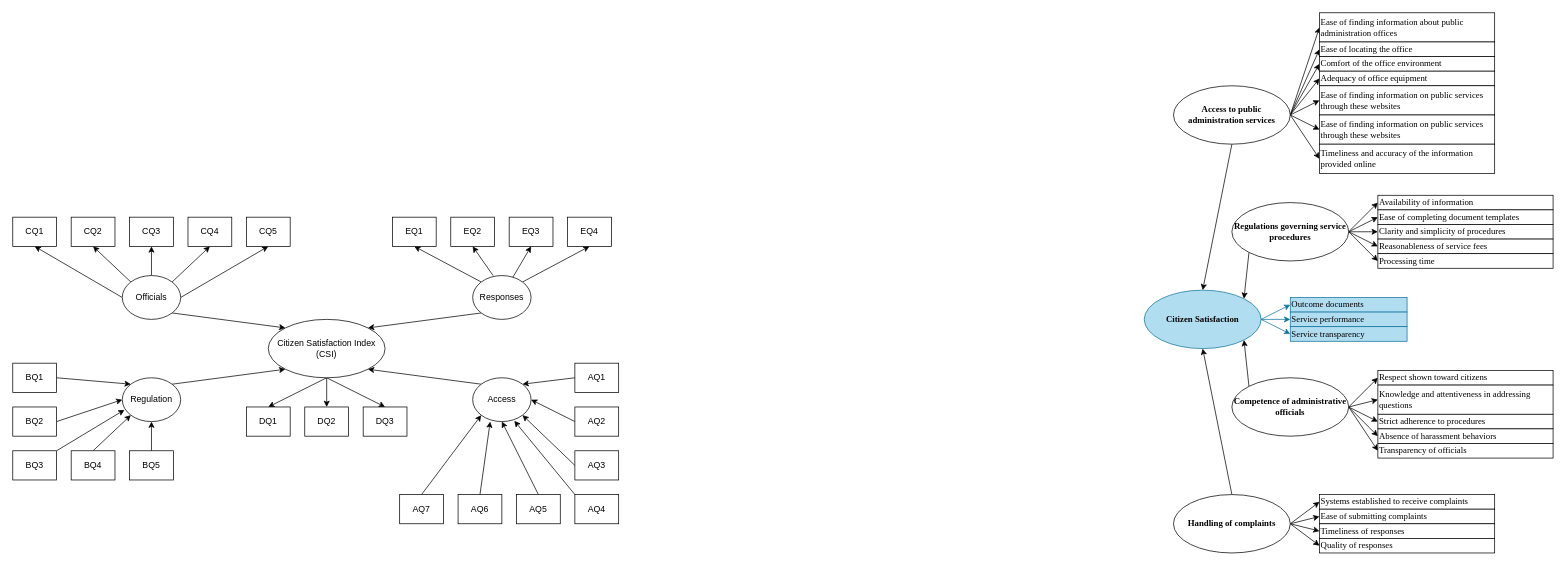
Above: r2.drawio in hnks-gh/draw.io (draw.io), before the change. Source tidied: cells renumbered, new cells numbered last; positions are measured from the earlier drawing's top-left corner, leaving out a move shared by most shapes. Both pictures are drawn from the tidied source at 73%, with x=0, y=0 at pixel (12, 12).
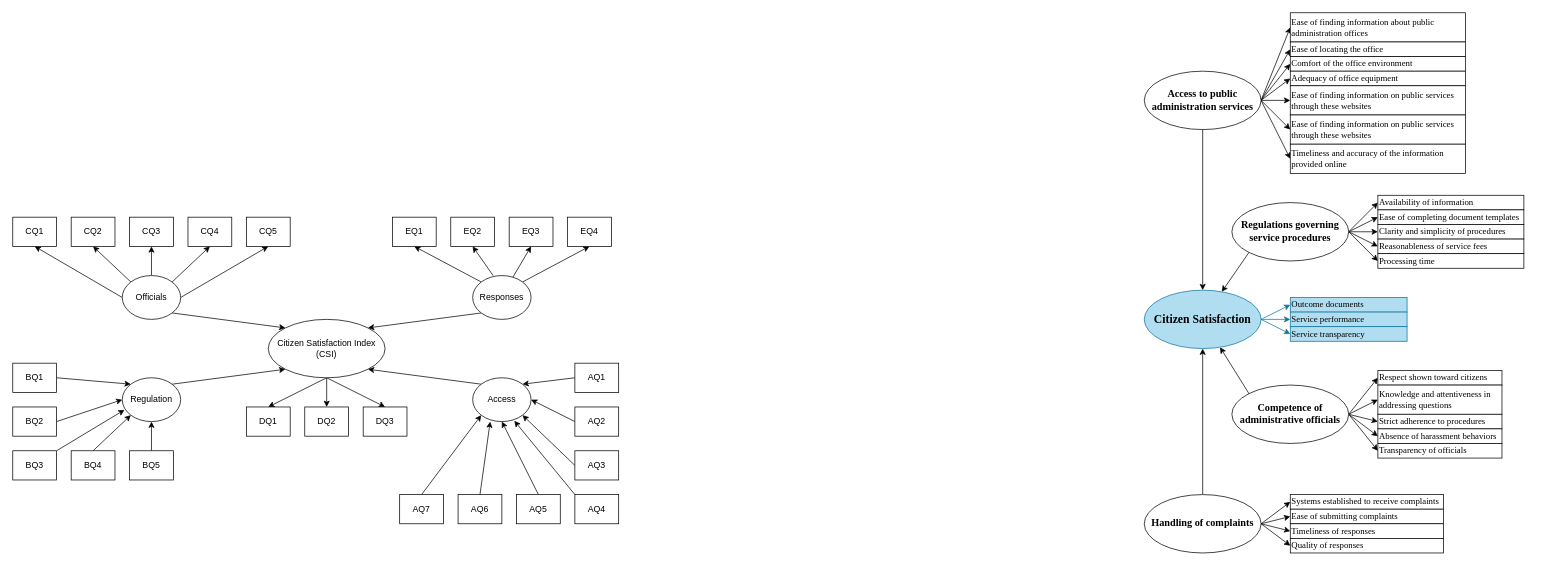
Above is the later version.

Diff of the diagram source:
```diff
@@
-    <mxCell id="62" value="&lt;b&gt;Citizen Satisfaction&lt;/b&gt;" style="ellipse;whiteSpace=wrap;html=1;fillColor=#b1ddf0;strokeColor=#10739e;fontFamily=Times New Roman;" parent="1" vertex="1">
+    <mxCell id="62" value="&lt;b&gt;&lt;font style=&quot;font-size: 16px;&quot;&gt;Citizen Satisfaction&lt;/font&gt;&lt;/b&gt;" style="ellipse;whiteSpace=wrap;html=1;fillColor=#b1ddf0;strokeColor=#10739e;fontFamily=Times New Roman;" parent="1" vertex="1">
       <mxGeometry x="1550" y="380" width="160" height="80" as="geometry" />
     </mxCell>
-    <mxCell id="63" style="rounded=0;jettySize=auto;html=1;exitX=0;exitY=1;exitDx=0;exitDy=0;entryX=1;entryY=0;entryDx=0;entryDy=0;fontFamily=Times New Roman;" parent="1" edge="1" source="69" target="62">
+    <mxCell id="63" style="rounded=0;jettySize=auto;html=1;fontFamily=Times New Roman;exitX=0;exitY=1;exitDx=0;exitDy=0;" parent="1" edge="1" source="69" target="62">
       <mxGeometry relative="1" as="geometry" />
     </mxCell>
@@
-    <mxCell id="69" value="&lt;b&gt;Regulations governing service procedures&lt;/b&gt;" style="ellipse;whiteSpace=wrap;html=1;fontFamily=Times New Roman;" parent="1" vertex="1">
+    <mxCell id="69" value="&lt;b&gt;Regulations governing service procedures&lt;/b&gt;" style="ellipse;whiteSpace=wrap;html=1;fontFamily=Times New Roman;fontSize=14;" parent="1" vertex="1">
       <mxGeometry x="1670" y="260" width="160" height="80" as="geometry" />
     </mxCell>
@@
-    <mxCell id="78" value="&lt;b&gt;Access to public administration services&lt;/b&gt;" style="ellipse;whiteSpace=wrap;html=1;fontFamily=Times New Roman;" parent="1" vertex="1">
-      <mxGeometry x="1590" y="100" width="160" height="80" as="geometry" />
+    <mxCell id="78" value="&lt;b&gt;Access to public administration services&lt;/b&gt;" style="ellipse;whiteSpace=wrap;html=1;fontFamily=Times New Roman;fontSize=14;" parent="1" vertex="1">
+      <mxGeometry x="1550" y="80" width="160" height="80" as="geometry" />
     </mxCell>
-    <mxCell id="79" style="rounded=0;jettySize=auto;html=1;exitX=0;exitY=0;exitDx=0;exitDy=0;entryX=1;entryY=1;entryDx=0;entryDy=0;fontFamily=Times New Roman;" parent="1" edge="1" source="85" target="62">
+    <mxCell id="79" style="rounded=0;jettySize=auto;html=1;exitX=0;exitY=0;exitDx=0;exitDy=0;fontFamily=Times New Roman;" parent="1" edge="1" source="85" target="62">
       <mxGeometry relative="1" as="geometry" />
     </mxCell>
@@
-    <mxCell id="85" value="&lt;b&gt;Competence of administrative officials&lt;/b&gt;" style="ellipse;whiteSpace=wrap;html=1;fontFamily=Times New Roman;" parent="1" vertex="1">
-      <mxGeometry x="1670" y="500" width="160" height="80" as="geometry" />
+    <mxCell id="85" value="&lt;b&gt;Competence of administrative officials&lt;/b&gt;" style="ellipse;whiteSpace=wrap;html=1;fontFamily=Times New Roman;fontSize=14;" parent="1" vertex="1">
+      <mxGeometry x="1670" y="510" width="160" height="80" as="geometry" />
     </mxCell>
@@
-    <mxCell id="91" value="&lt;b&gt;Handling of complaints&lt;/b&gt;" style="ellipse;whiteSpace=wrap;html=1;fontFamily=Times New Roman;" parent="1" vertex="1">
-      <mxGeometry x="1590" y="660" width="160" height="80" as="geometry" />
+    <mxCell id="91" value="&lt;b&gt;Handling of complaints&lt;/b&gt;" style="ellipse;whiteSpace=wrap;html=1;fontFamily=Times New Roman;fontSize=14;" parent="1" vertex="1">
+      <mxGeometry x="1550" y="660" width="160" height="80" as="geometry" />
     </mxCell>
     <mxCell id="92" value="&lt;div&gt;Ease of finding information about public administration offices&lt;/div&gt;" style="rounded=0;whiteSpace=wrap;html=1;align=left;fontFamily=Times New Roman;" parent="1" vertex="1">
-      <mxGeometry x="1790" width="240" height="40" as="geometry" />
+      <mxGeometry x="1750" width="240" height="40" as="geometry" />
     </mxCell>
     <mxCell id="93" value="&lt;div&gt;Ease of locating the office&lt;/div&gt;" style="rounded=0;whiteSpace=wrap;html=1;align=left;fontFamily=Times New Roman;" parent="1" vertex="1">
-      <mxGeometry x="1790" y="40" width="240" height="20" as="geometry" />
+      <mxGeometry x="1750" y="40" width="240" height="20" as="geometry" />
     </mxCell>
     <mxCell id="94" value="&lt;div&gt;Comfort of the office environment&lt;/div&gt;" style="rounded=0;whiteSpace=wrap;html=1;align=left;fontFamily=Times New Roman;" parent="1" vertex="1">
-      <mxGeometry x="1790" y="60" width="240" height="20" as="geometry" />
+      <mxGeometry x="1750" y="60" width="240" height="20" as="geometry" />
     </mxCell>
     <mxCell id="95" value="&lt;div&gt;Adequacy of office equipment&lt;/div&gt;" style="rounded=0;whiteSpace=wrap;html=1;align=left;fontFamily=Times New Roman;" parent="1" vertex="1">
-      <mxGeometry x="1790" y="80" width="240" height="20" as="geometry" />
+      <mxGeometry x="1750" y="80" width="240" height="20" as="geometry" />
     </mxCell>
     <mxCell id="96" value="&lt;div&gt;Ease of finding information on public services through these websites&lt;/div&gt;" style="rounded=0;whiteSpace=wrap;html=1;align=left;fontFamily=Times New Roman;" parent="1" vertex="1">
-      <mxGeometry x="1790" y="100" width="240" height="40" as="geometry" />
+      <mxGeometry x="1750" y="100" width="240" height="40" as="geometry" />
     </mxCell>
     <mxCell id="97" value="&lt;div&gt;Ease of finding information on public services through these websites&lt;/div&gt;" style="rounded=0;whiteSpace=wrap;html=1;align=left;fontFamily=Times New Roman;" parent="1" vertex="1">
-      <mxGeometry x="1790" y="140" width="240" height="40" as="geometry" />
+      <mxGeometry x="1750" y="140" width="240" height="40" as="geometry" />
     </mxCell>
     <mxCell id="98" value="&lt;div&gt;Timeliness and accuracy of the information provided online&lt;/div&gt;" style="rounded=0;whiteSpace=wrap;html=1;align=left;fontFamily=Times New Roman;" parent="1" vertex="1">
-      <mxGeometry x="1790" y="180" width="240" height="40" as="geometry" />
+      <mxGeometry x="1750" y="180" width="240" height="40" as="geometry" />
     </mxCell>
     <mxCell id="99" value="&lt;div&gt;Availability of information&lt;/div&gt;" style="rounded=0;whiteSpace=wrap;html=1;align=left;fontFamily=Times New Roman;" parent="1" vertex="1">
-      <mxGeometry x="1870" y="250" width="240" height="20" as="geometry" />
+      <mxGeometry x="1870" y="250" width="200" height="20" as="geometry" />
     </mxCell>
     <mxCell id="100" value="&lt;div&gt;Ease of completing document templates&lt;/div&gt;" style="rounded=0;whiteSpace=wrap;html=1;align=left;fontFamily=Times New Roman;" parent="1" vertex="1">
-      <mxGeometry x="1870" y="270" width="240" height="20" as="geometry" />
+      <mxGeometry x="1870" y="270" width="200" height="20" as="geometry" />
     </mxCell>
     <mxCell id="101" value="&lt;div&gt;Clarity and simplicity of procedures&lt;/div&gt;" style="rounded=0;whiteSpace=wrap;html=1;align=left;fontFamily=Times New Roman;" parent="1" vertex="1">
-      <mxGeometry x="1870" y="290" width="240" height="20" as="geometry" />
+      <mxGeometry x="1870" y="290" width="200" height="20" as="geometry" />
     </mxCell>
     <mxCell id="102" value="&lt;div&gt;Reasonableness of service fees&lt;/div&gt;" style="rounded=0;whiteSpace=wrap;html=1;align=left;fontFamily=Times New Roman;" parent="1" vertex="1">
-      <mxGeometry x="1870" y="310" width="240" height="20" as="geometry" />
+      <mxGeometry x="1870" y="310" width="200" height="20" as="geometry" />
     </mxCell>
     <mxCell id="103" value="&lt;div&gt;Processing time&lt;/div&gt;" style="rounded=0;whiteSpace=wrap;html=1;align=left;fontFamily=Times New Roman;" parent="1" vertex="1">
-      <mxGeometry x="1870" y="330" width="240" height="20" as="geometry" />
+      <mxGeometry x="1870" y="330" width="200" height="20" as="geometry" />
     </mxCell>
@@
     <mxCell id="107" value="&lt;div&gt;Respect shown toward citizens&lt;/div&gt;" style="rounded=0;whiteSpace=wrap;html=1;align=left;fontFamily=Times New Roman;" parent="1" vertex="1">
-      <mxGeometry x="1870" y="490" width="240" height="20" as="geometry" />
+      <mxGeometry x="1870" y="490" width="170" height="20" as="geometry" />
     </mxCell>
     <mxCell id="108" value="&lt;div&gt;Knowledge and attentiveness in addressing questions&lt;/div&gt;" style="rounded=0;whiteSpace=wrap;html=1;align=left;fontFamily=Times New Roman;" parent="1" vertex="1">
-      <mxGeometry x="1870" y="510" width="240" height="40" as="geometry" />
+      <mxGeometry x="1870" y="510" width="170" height="40" as="geometry" />
     </mxCell>
     <mxCell id="109" value="&lt;div&gt;Strict adherence to procedures&lt;/div&gt;" style="rounded=0;whiteSpace=wrap;html=1;align=left;fontFamily=Times New Roman;" parent="1" vertex="1">
-      <mxGeometry x="1870" y="550" width="240" height="20" as="geometry" />
+      <mxGeometry x="1870" y="550" width="170" height="20" as="geometry" />
     </mxCell>
     <mxCell id="110" value="&lt;div&gt;Absence of harassment behaviors&lt;/div&gt;" style="rounded=0;whiteSpace=wrap;html=1;align=left;fontFamily=Times New Roman;" parent="1" vertex="1">
-      <mxGeometry x="1870" y="570" width="240" height="20" as="geometry" />
+      <mxGeometry x="1870" y="570" width="170" height="20" as="geometry" />
     </mxCell>
     <mxCell id="111" value="&lt;div&gt;Transparency of officials&lt;/div&gt;" style="rounded=0;whiteSpace=wrap;html=1;align=left;fontFamily=Times New Roman;" parent="1" vertex="1">
-      <mxGeometry x="1870" y="590" width="240" height="20" as="geometry" />
+      <mxGeometry x="1870" y="590" width="170" height="20" as="geometry" />
     </mxCell>
     <mxCell id="112" value="&lt;div&gt;Systems established to receive complaints&lt;/div&gt;" style="rounded=0;whiteSpace=wrap;html=1;align=left;fontFamily=Times New Roman;" parent="1" vertex="1">
-      <mxGeometry x="1790" y="660" width="240" height="20" as="geometry" />
+      <mxGeometry x="1750" y="660" width="210" height="20" as="geometry" />
     </mxCell>
     <mxCell id="113" value="&lt;div&gt;Ease of submitting complaints&lt;/div&gt;" style="rounded=0;whiteSpace=wrap;html=1;align=left;fontFamily=Times New Roman;" parent="1" vertex="1">
-      <mxGeometry x="1790" y="680" width="240" height="20" as="geometry" />
+      <mxGeometry x="1750" y="680" width="210" height="20" as="geometry" />
     </mxCell>
     <mxCell id="114" value="&lt;div&gt;Timeliness of responses&lt;/div&gt;" style="rounded=0;whiteSpace=wrap;html=1;align=left;fontFamily=Times New Roman;" parent="1" vertex="1">
-      <mxGeometry x="1790" y="700" width="240" height="20" as="geometry" />
+      <mxGeometry x="1750" y="700" width="210" height="20" as="geometry" />
     </mxCell>
     <mxCell id="115" value="&lt;div&gt;Quality of responses&lt;/div&gt;" style="rounded=0;whiteSpace=wrap;html=1;align=left;fontFamily=Times New Roman;" parent="1" vertex="1">
-      <mxGeometry x="1790" y="720" width="240" height="20" as="geometry" />
+      <mxGeometry x="1750" y="720" width="210" height="20" as="geometry" />
     </mxCell>
```
